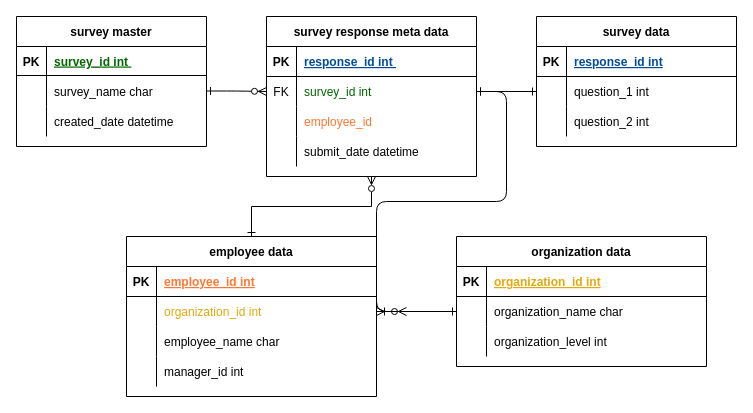
Earlier version of the draw.io diagram BI_projects/GHR1on1/GHR_1on1_ER.drawio (tiffley/openCV). Source tidied: cells renumbered, new cells numbered last; positions are measured from the earlier drawing's top-left corner, leaving out a move shared by most shapes. Both pictures are drawn from the tidied source at 100%, with x=0, y=0 at pixel (16, 16).
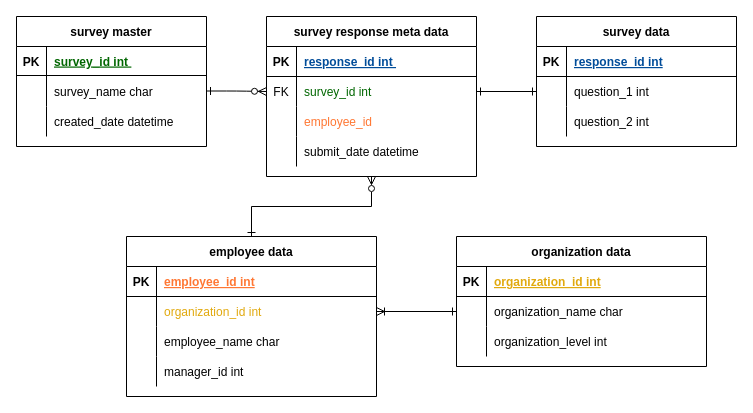
The same diagram, later.

Unchanged cells that the change refers to:
```xml
<mxCell id="9" style="shape=partialRectangle;fillColor=none;points=[[0,0.5],[1,0.5]];portConstraint=eastwest;top=0;left=0;right=0;bottom=0;" parent="5" vertex="1">
  <mxGeometry y="60" width="210" height="30" as="geometry" />
</mxCell>
```

Change to the diagram source:
```diff
@@
-    <mxCell id="3" style="edgeStyle=entityRelationEdgeStyle;endArrow=ERzeroToMany;startArrow=ERone;endFill=1;startFill=0;exitX=1;exitY=0.5;exitDx=0;exitDy=0;" parent="1" edge="1" source="9">
-      <mxGeometry relative="1" as="geometry">
-        <mxPoint x="390" y="295" as="targetPoint" />
-      </mxGeometry>
-    </mxCell>
```
